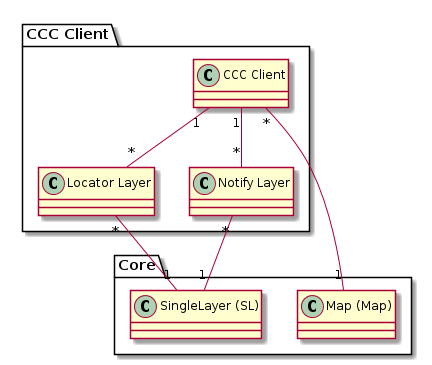
This is simi/doc/puml/rendered/simi_ccc.png from sogis/simi, a PlantUML export, as it was before one commit. Its diagram source:
```plantuml
@startuml
package "Core" {
  class "SingleLayer (SL)" as sl{}



  class "Map (Map)" as map {}
}


package "CCC Client" {

  class "CCC Client" as ccc {}

  class "Locator Layer" as ll {}

  class "Notify Layer" as nl {}


  ccc "*" -- "1" map

  ccc "1" -- "*" ll
  ll "*" -- "1" sl

  ccc "1" -- "*" nl
  nl "*" -- "1" sl
}
@enduml
```
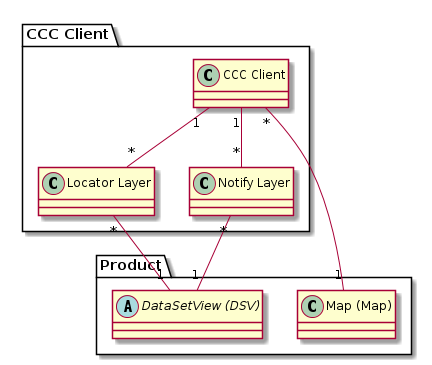
The same file after the commit.

Commit message:
Skript: PUML-Diagramme der Simi-Dokumentation regeneriert und beigefügt

Change to the diagram source:
```diff
@@ -1,9 +1,6 @@
 @startuml
-package "Core" {
-  class "SingleLayer (SL)" as sl{}
-
-
-
+package "Product" {
+  abstract class "DataSetView (DSV)" as dsv
   class "Map (Map)" as map {}
 }
 
@@ -20,9 +17,9 @@
   ccc "*" -- "1" map
 
   ccc "1" -- "*" ll
-  ll "*" -- "1" sl
+  ll "*" -- "1" dsv
 
   ccc "1" -- "*" nl
-  nl "*" -- "1" sl
+  nl "*" -- "1" dsv
 }
 @enduml
```
